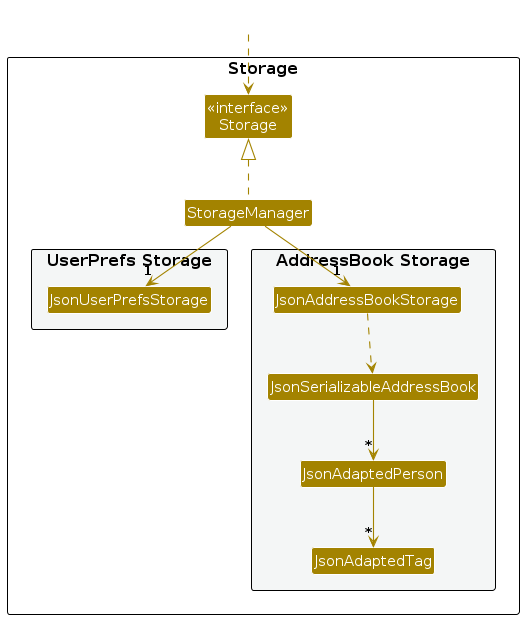
AY2627S1-CS2103T-F11-4/tp keeps this PlantUML diagram as diagrams/StorageClassDiagram.png. Above is the earlier version. Its source is kept beside it as diagrams/StorageClassDiagram.puml.
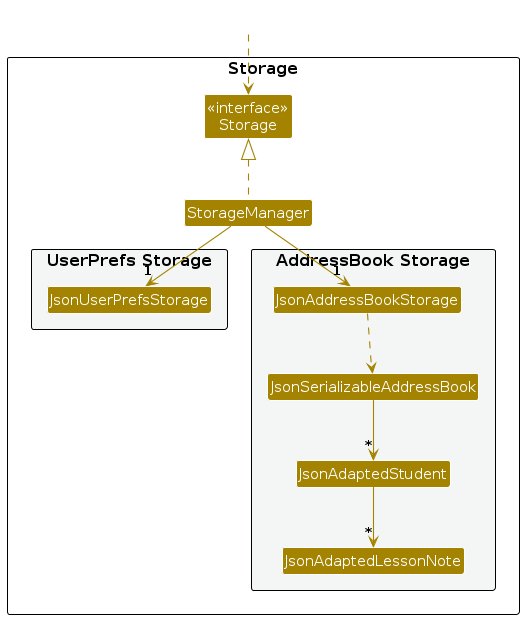
After the change.

The edit, as a diff of the source:
```diff
@@ -16,8 +16,8 @@
 package "AddressBook Storage" #F4F6F6{
 Class JsonAddressBookStorage
 Class JsonSerializableAddressBook
-Class JsonAdaptedPerson
-Class JsonAdaptedTag
+Class JsonAdaptedStudent
+Class JsonAdaptedLessonNote
 }
 
 }
@@ -30,7 +30,7 @@
 StorageManager -down-> "1" JsonAddressBookStorage
 
 JsonAddressBookStorage ..> JsonSerializableAddressBook
-JsonSerializableAddressBook --> "*" JsonAdaptedPerson
-JsonAdaptedPerson --> "*" JsonAdaptedTag
+JsonSerializableAddressBook --> "*" JsonAdaptedStudent
+JsonAdaptedStudent --> "*" JsonAdaptedLessonNote
 
 @enduml
```
